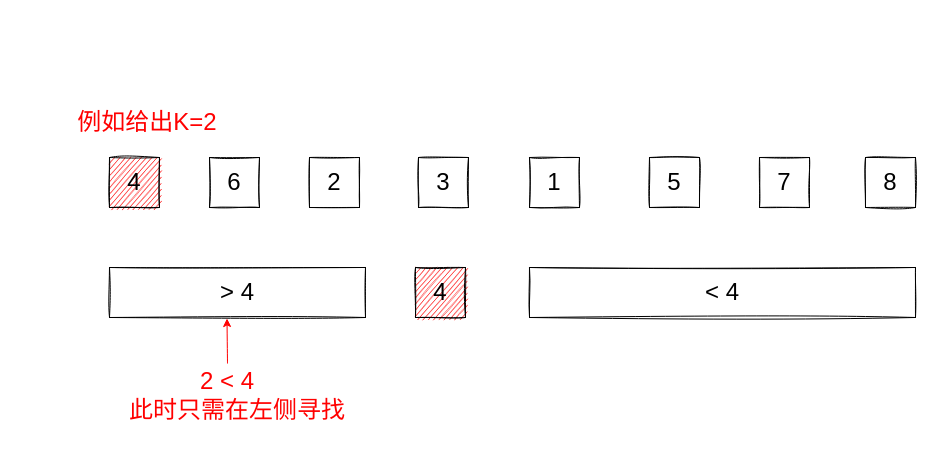
This is AlgorithmDraw/数组中的第K个最大元素.drawio from X1nSea/imgbed, a draw.io file, before an edit. Source tidied: cells renumbered, new cells numbered last; positions are measured from the earlier drawing's top-left corner, leaving out a move shared by most shapes. Both pictures are drawn from the tidied source at 100%, with x=0, y=0 at pixel (17, 77).
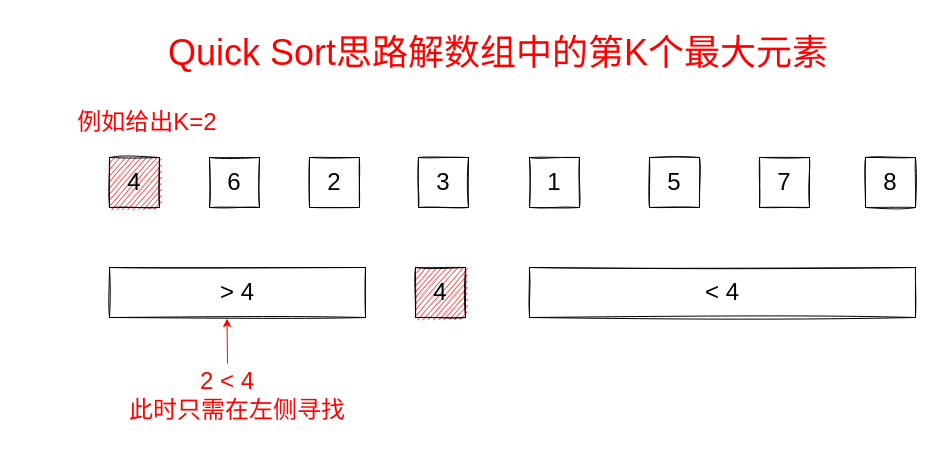
After the change.

Commit message (it also covers changes not shown here):
Update 数组中的第K个最大元素.drawio

Change to the diagram source:
```diff
@@
 <mxGraphModel>
   <root>
     <mxCell id="0" />
     <mxCell id="1" parent="0" />
     <mxCell id="2" value="4" style="rounded=0;whiteSpace=wrap;html=1;sketch=1;fontFamily=中国式手写风;fontSize=24;fillColor=#FF0000;" parent="1" vertex="1">
       <mxGeometry x="92" y="80" width="50" height="50" as="geometry" />
     </mxCell>
     <mxCell id="3" value="6" style="rounded=0;whiteSpace=wrap;html=1;sketch=1;fontFamily=中国式手写风;fontSize=24;" parent="1" vertex="1">
       <mxGeometry x="192" y="80" width="50" height="50" as="geometry" />
     </mxCell>
     <mxCell id="4" value="2" style="rounded=0;whiteSpace=wrap;html=1;sketch=1;fontFamily=中国式手写风;fontSize=24;" parent="1" vertex="1">
       <mxGeometry x="292" y="80" width="50" height="50" as="geometry" />
     </mxCell>
     <mxCell id="5" value="3" style="rounded=0;whiteSpace=wrap;html=1;sketch=1;fontFamily=中国式手写风;fontSize=24;" parent="1" vertex="1">
       <mxGeometry x="401" y="80" width="50" height="50" as="geometry" />
     </mxCell>
     <mxCell id="6" value="1" style="rounded=0;whiteSpace=wrap;html=1;sketch=1;fontFamily=中国式手写风;fontSize=24;" parent="1" vertex="1">
       <mxGeometry x="512" y="80" width="50" height="50" as="geometry" />
     </mxCell>
     <mxCell id="7" value="5" style="rounded=0;whiteSpace=wrap;html=1;sketch=1;fontFamily=中国式手写风;fontSize=24;" parent="1" vertex="1">
       <mxGeometry x="632" y="80" width="50" height="50" as="geometry" />
     </mxCell>
     <mxCell id="8" value="7" style="rounded=0;whiteSpace=wrap;html=1;sketch=1;fontFamily=中国式手写风;fontSize=24;" parent="1" vertex="1">
       <mxGeometry x="742" y="80" width="50" height="50" as="geometry" />
     </mxCell>
     <mxCell id="9" value="8" style="rounded=0;whiteSpace=wrap;html=1;sketch=1;fontFamily=中国式手写风;fontSize=24;" parent="1" vertex="1">
       <mxGeometry x="848" y="80" width="50" height="50" as="geometry" />
     </mxCell>
     <mxCell id="10" value="&amp;gt; 4" style="rounded=0;whiteSpace=wrap;html=1;sketch=1;fontFamily=中国式手写风;fontSize=24;" parent="1" vertex="1">
       <mxGeometry x="92" y="190" width="256" height="50" as="geometry" />
     </mxCell>
     <mxCell id="11" value="4" style="rounded=0;whiteSpace=wrap;html=1;sketch=1;fontFamily=中国式手写风;fontSize=24;fillColor=#FF0000;" parent="1" vertex="1">
       <mxGeometry x="398" y="190" width="50" height="50" as="geometry" />
     </mxCell>
     <mxCell id="12" value="&amp;lt; 4" style="rounded=0;whiteSpace=wrap;html=1;sketch=1;fontFamily=中国式手写风;fontSize=24;" parent="1" vertex="1">
       <mxGeometry x="512" y="190" width="386" height="50" as="geometry" />
     </mxCell>
     <mxCell id="13" value="&lt;font color=&quot;#ff0000&quot;&gt;例如给出K=2&lt;/font&gt;" style="text;html=1;strokeColor=none;fillColor=none;align=center;verticalAlign=middle;whiteSpace=wrap;rounded=0;sketch=1;fontFamily=中国式手写风;fontSize=24;" parent="1" vertex="1">
       <mxGeometry width="260" height="90" as="geometry" />
     </mxCell>
     <mxCell id="14" value="此时只需在左侧寻找" style="text;html=1;strokeColor=none;fillColor=none;align=center;verticalAlign=middle;whiteSpace=wrap;rounded=0;sketch=1;fontFamily=中国式手写风;fontSize=24;fontColor=#FF0000;" parent="1" vertex="1">
       <mxGeometry x="105" y="300" width="230" height="66" as="geometry" />
     </mxCell>
     <mxCell id="15" value="2 &amp;lt; 4" style="text;html=1;strokeColor=none;fillColor=none;align=center;verticalAlign=middle;whiteSpace=wrap;rounded=0;sketch=1;fontFamily=中国式手写风;fontSize=24;fontColor=#FF0000;" parent="1" vertex="1">
       <mxGeometry x="130" y="286" width="160" height="36" as="geometry" />
     </mxCell>
     <mxCell id="16" style="endArrow=classic;html=1;fontFamily=中国式手写风;fontSize=24;fontColor=#FF0000;exitX=0.5;exitY=0;exitDx=0;exitDy=0;entryX=0.459;entryY=1.02;entryDx=0;entryDy=0;entryPerimeter=0;curved=1;strokeColor=#FF0000;" parent="1" edge="1" source="15" target="10">
       <mxGeometry relative="1" as="geometry" />
     </mxCell>
+    <mxCell id="17" value="Quick Sort思路解数组中的第K个最大元素" style="text;html=1;strokeColor=none;fillColor=none;align=center;verticalAlign=middle;whiteSpace=wrap;rounded=0;sketch=1;fontFamily=中国式手写风;fontSize=36;fontColor=#FF0000;" parent="1" vertex="1">
+      <mxGeometry x="142" y="-60" width="678" height="70" as="geometry" />
+    </mxCell>
   </root>
 </mxGraphModel>
```
